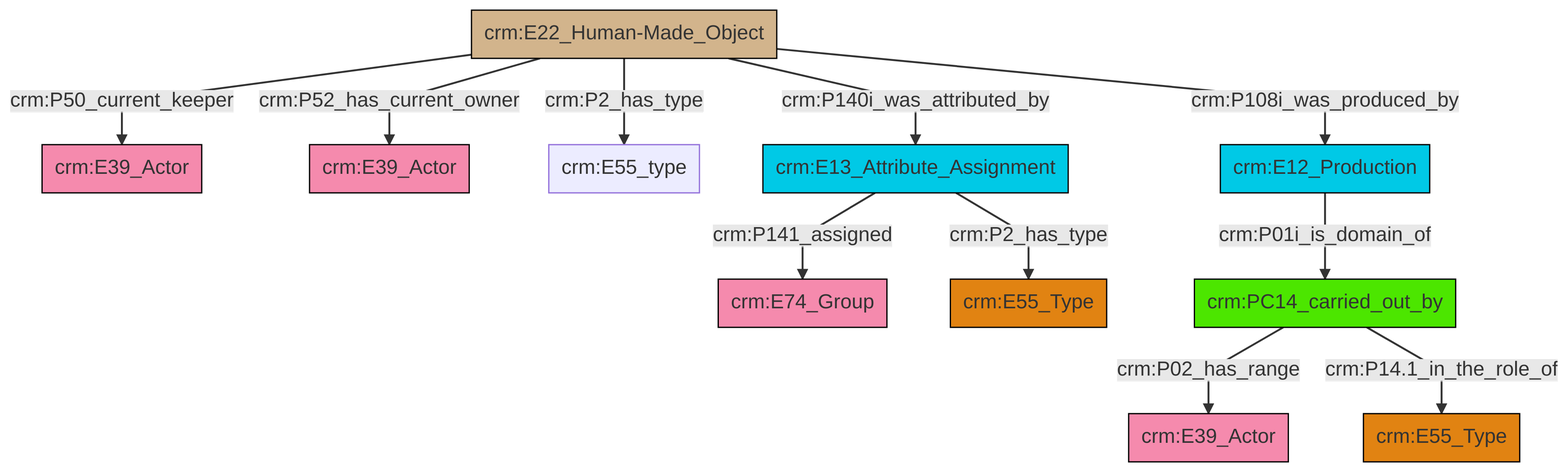
Earlier version of the Mermaid export et/artworkCSV/ttl/mmd/png/Artwork_Actor_Relations.png (swiss-art-research-net/reference-data-models). Its source is kept beside it as et/artworkCSV/ttl/mmd/Artwork_Actor_Relations.ttl.mmd.
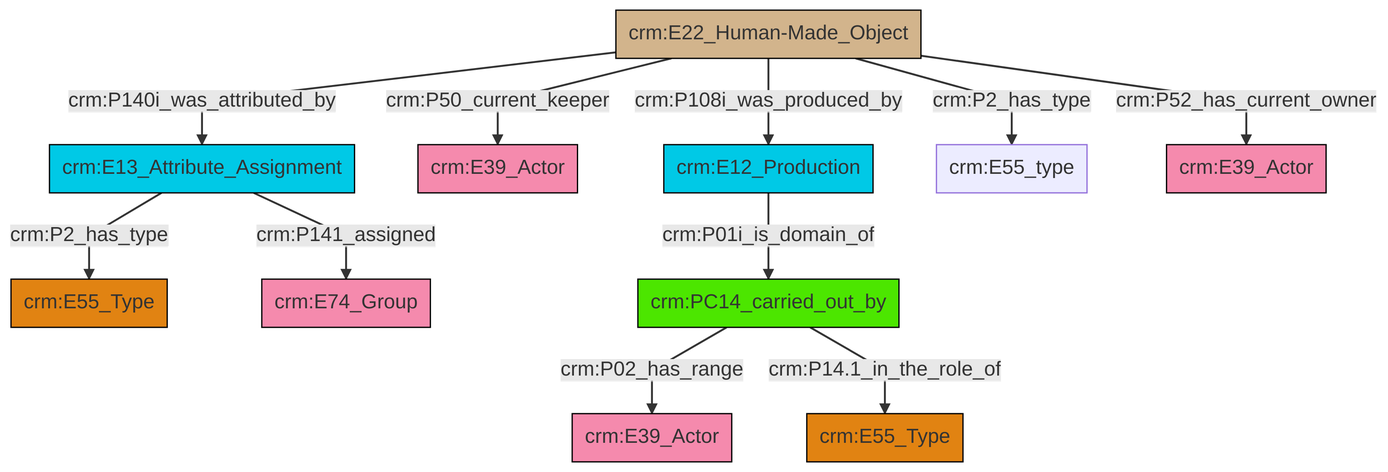
The same diagram one commit later.

Diff of the diagram source:
```diff
@@ -13,13 +13,13 @@
 classDef PC_Classes fill:#4ce600, stroke:#000000;
 classDef Multi fill:#cccccc,stroke:#000000;
 
-0["crm:E13_Attribute_Assignment"]:::Temporal_Entity -->|crm:P141_assigned| 1["crm:E74_Group"]:::Actor
-2["crm:E22_Human-Made_Object"]:::Physical_Thing -->|crm:P50_current_keeper| 3["crm:E39_Actor"]:::Actor
-2["crm:E22_Human-Made_Object"]:::Physical_Thing -->|crm:P52_has_current_owner| 4["crm:E39_Actor"]:::Actor
-6["crm:E12_Production"]:::Temporal_Entity -->|crm:P01i_is_domain_of| 7["crm:PC14_carried_out_by"]:::PC_Classes
-7["crm:PC14_carried_out_by"]:::PC_Classes -->|crm:P02_has_range| 10["crm:E39_Actor"]:::Actor
-2["crm:E22_Human-Made_Object"]:::Physical_Thing -->|crm:P2_has_type| 12["crm:E55_type"]:::Default
-2["crm:E22_Human-Made_Object"]:::Physical_Thing -->|crm:P140i_was_attributed_by| 0["crm:E13_Attribute_Assignment"]:::Temporal_Entity
-2["crm:E22_Human-Made_Object"]:::Physical_Thing -->|crm:P108i_was_produced_by| 6["crm:E12_Production"]:::Temporal_Entity
-7["crm:PC14_carried_out_by"]:::PC_Classes -->|crm:P14.1_in_the_role_of| 13["crm:E55_Type"]:::Type
-0["crm:E13_Attribute_Assignment"]:::Temporal_Entity -->|crm:P2_has_type| 8["crm:E55_Type"]:::Type
+0["crm:E22_Human-Made_Object"]:::Physical_Thing -->|crm:P140i_was_attributed_by| 1["crm:E13_Attribute_Assignment"]:::Temporal_Entity
+1["crm:E13_Attribute_Assignment"]:::Temporal_Entity -->|crm:P2_has_type| 2["crm:E55_Type"]:::Type
+4["crm:E12_Production"]:::Temporal_Entity -->|crm:P01i_is_domain_of| 5["crm:PC14_carried_out_by"]:::PC_Classes
+1["crm:E13_Attribute_Assignment"]:::Temporal_Entity -->|crm:P141_assigned| 6["crm:E74_Group"]:::Actor
+0["crm:E22_Human-Made_Object"]:::Physical_Thing -->|crm:P50_current_keeper| 9["crm:E39_Actor"]:::Actor
+0["crm:E22_Human-Made_Object"]:::Physical_Thing -->|crm:P108i_was_produced_by| 4["crm:E12_Production"]:::Temporal_Entity
+5["crm:PC14_carried_out_by"]:::PC_Classes -->|crm:P02_has_range| 12["crm:E39_Actor"]:::Actor
+0["crm:E22_Human-Made_Object"]:::Physical_Thing -->|crm:P2_has_type| 14["crm:E55_type"]:::Default
+0["crm:E22_Human-Made_Object"]:::Physical_Thing -->|crm:P52_has_current_owner| 7["crm:E39_Actor"]:::Actor
+5["crm:PC14_carried_out_by"]:::PC_Classes -->|crm:P14.1_in_the_role_of| 18["crm:E55_Type"]:::Type
```
